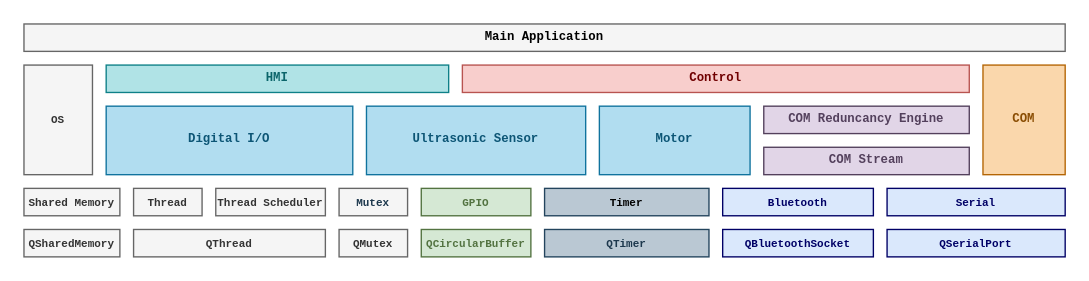
Earlier version of the draw.io diagram Proj/Iterations/1/Design/Navigation-Subsystem/Architectural-Overview/software-stack/software_stack_overview.drawio (LPI2-DreamTeam/rfcar). Source tidied: cells renumbered, new cells numbered last; positions are measured from the earlier drawing's top-left corner, leaving out a move shared by most shapes. Both pictures are drawn from the tidied source at 137%, with x=0, y=0 at pixel (23, 23).
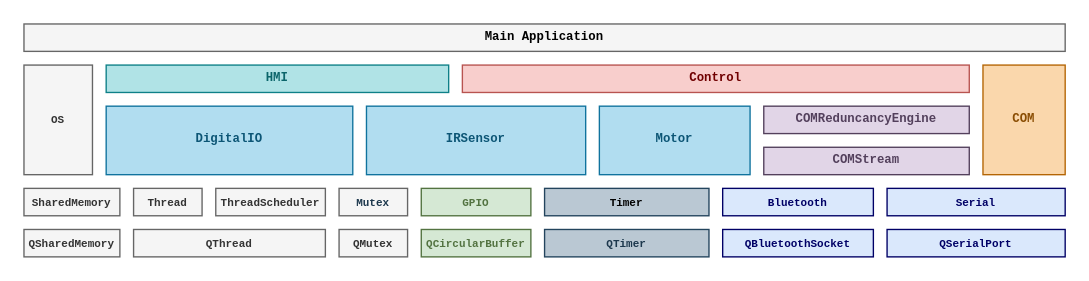
The same page after the edit.

Commit message (it also covers changes not shown here):
UPDT: Updated the software stack overview with new layer concept names

Diff of the diagram source:
```diff
@@
-    <mxCell id="5" value="COM Reduncancy Engine" style="rounded=0;whiteSpace=wrap;html=1;fontFamily=Consolas;fontSize=9;align=center;fillColor=#e1d5e7;fontStyle=1;spacingRight=0;strokeColor=#53405C;labelPosition=center;verticalLabelPosition=middle;verticalAlign=middle;fontColor=#53405C;horizontal=1;" parent="1" vertex="1">
+    <mxCell id="5" value="COMReduncancyEngine" style="rounded=0;whiteSpace=wrap;html=1;fontFamily=Consolas;fontSize=9;align=center;fillColor=#e1d5e7;fontStyle=1;spacingRight=0;strokeColor=#53405C;labelPosition=center;verticalLabelPosition=middle;verticalAlign=middle;fontColor=#53405C;horizontal=1;" parent="1" vertex="1">
       <mxGeometry x="540" y="60" width="150" height="20" as="geometry" />
     </mxCell>
@@
-    <mxCell id="8" value="Digital I/O" style="rounded=0;whiteSpace=wrap;html=1;fontFamily=Consolas;fontSize=9;align=center;fillColor=#b1ddf0;fontStyle=1;spacingRight=0;strokeColor=#10739e;labelPosition=center;verticalLabelPosition=middle;verticalAlign=middle;fontColor=#0C5575;" parent="1" vertex="1">
+    <mxCell id="8" value="DigitalIO" style="rounded=0;whiteSpace=wrap;html=1;fontFamily=Consolas;fontSize=9;align=center;fillColor=#b1ddf0;fontStyle=1;spacingRight=0;strokeColor=#10739e;labelPosition=center;verticalLabelPosition=middle;verticalAlign=middle;fontColor=#0C5575;" parent="1" vertex="1">
       <mxGeometry x="60" y="60" width="180" height="50" as="geometry" />
     </mxCell>
@@
-    <mxCell id="11" value="Ultrasonic Sensor" style="rounded=0;whiteSpace=wrap;html=1;fontFamily=Consolas;fontSize=9;align=center;fillColor=#b1ddf0;fontStyle=1;spacingRight=0;strokeColor=#10739e;labelPosition=center;verticalLabelPosition=middle;verticalAlign=middle;fontColor=#0C5575;" parent="1" vertex="1">
+    <mxCell id="11" value="IRSensor" style="rounded=0;whiteSpace=wrap;html=1;fontFamily=Consolas;fontSize=9;align=center;fillColor=#b1ddf0;fontStyle=1;spacingRight=0;strokeColor=#10739e;labelPosition=center;verticalLabelPosition=middle;verticalAlign=middle;fontColor=#0C5575;" parent="1" vertex="1">
       <mxGeometry x="250" y="60" width="160" height="50" as="geometry" />
     </mxCell>
@@
-    <mxCell id="19" value="Shared Memory" style="rounded=0;whiteSpace=wrap;html=1;labelBackgroundColor=none;strokeColor=#666666;fillColor=#f5f5f5;fontFamily=Consolas;fontSize=8;align=center;gradientDirection=east;fontColor=#333333;fontStyle=1;" parent="1" vertex="1">
+    <mxCell id="19" value="SharedMemory" style="rounded=0;whiteSpace=wrap;html=1;labelBackgroundColor=none;strokeColor=#666666;fillColor=#f5f5f5;fontFamily=Consolas;fontSize=8;align=center;gradientDirection=east;fontColor=#333333;fontStyle=1;" parent="1" vertex="1">
       <mxGeometry y="120" width="70" height="20" as="geometry" />
     </mxCell>
-    <mxCell id="20" value="Thread Scheduler" style="rounded=0;whiteSpace=wrap;html=1;labelBackgroundColor=none;strokeColor=#666666;fillColor=#f5f5f5;fontFamily=Consolas;fontSize=8;align=center;gradientDirection=east;fontColor=#333333;fontStyle=1;" parent="1" vertex="1">
+    <mxCell id="20" value="ThreadScheduler" style="rounded=0;whiteSpace=wrap;html=1;labelBackgroundColor=none;strokeColor=#666666;fillColor=#f5f5f5;fontFamily=Consolas;fontSize=8;align=center;gradientDirection=east;fontColor=#333333;fontStyle=1;" parent="1" vertex="1">
       <mxGeometry x="140" y="120" width="80" height="20" as="geometry" />
     </mxCell>
@@
-    <mxCell id="26" value="COM Stream" style="rounded=0;whiteSpace=wrap;html=1;fontFamily=Consolas;fontSize=9;align=center;fillColor=#e1d5e7;fontStyle=1;spacingRight=0;strokeColor=#53405C;labelPosition=center;verticalLabelPosition=middle;verticalAlign=middle;fontColor=#53405C;horizontal=1;" parent="1" vertex="1">
+    <mxCell id="26" value="COMStream" style="rounded=0;whiteSpace=wrap;html=1;fontFamily=Consolas;fontSize=9;align=center;fillColor=#e1d5e7;fontStyle=1;spacingRight=0;strokeColor=#53405C;labelPosition=center;verticalLabelPosition=middle;verticalAlign=middle;fontColor=#53405C;horizontal=1;" parent="1" vertex="1">
       <mxGeometry x="540" y="90" width="150" height="20" as="geometry" />
     </mxCell>
```
